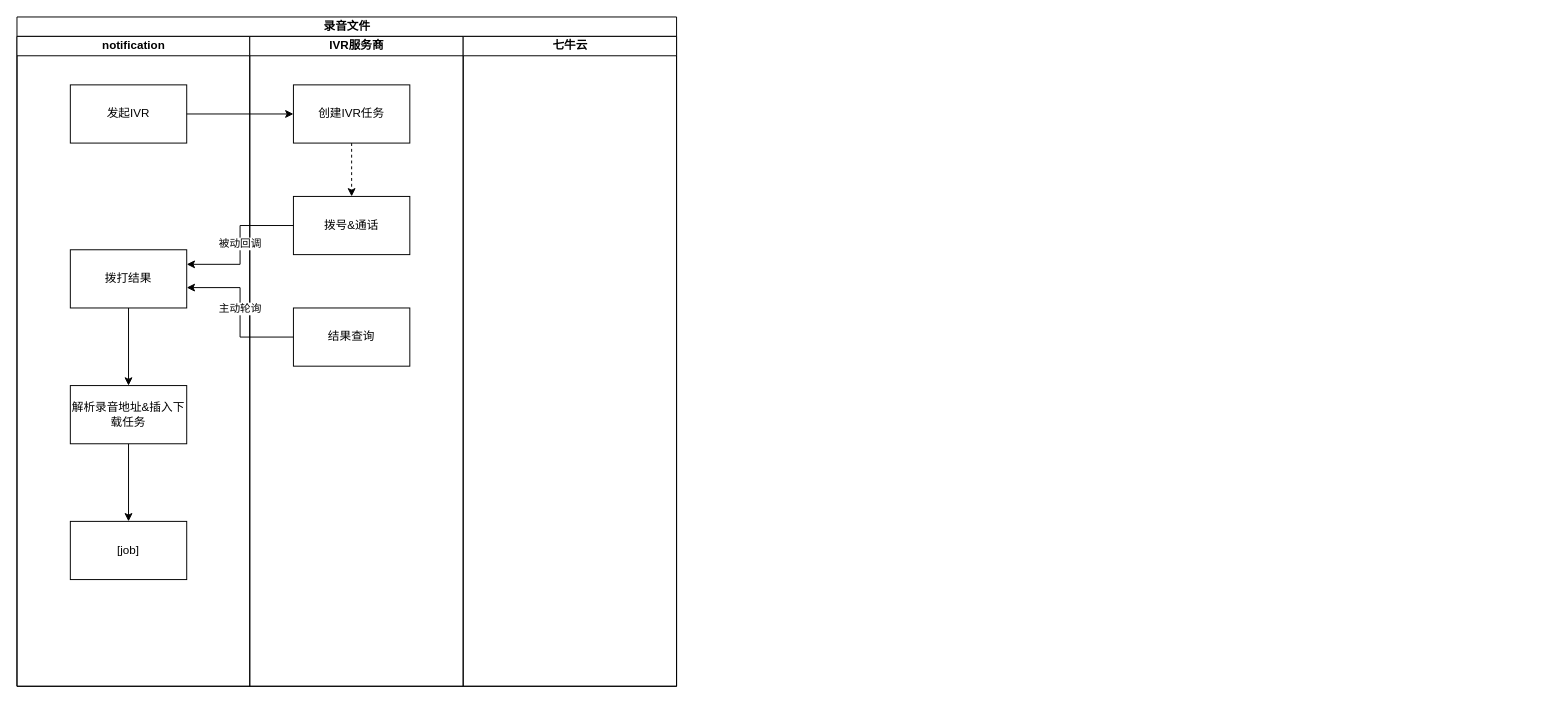
Earlier version of the draw.io diagram notif-录音文件下载.drawio (ABIN-DS/flowchart). Source tidied: cells renumbered, new cells numbered last; positions are measured from the earlier drawing's top-left corner, leaving out a move shared by most shapes. Both pictures are drawn from the tidied source at 97%, with x=0, y=0 at pixel (16, 16).
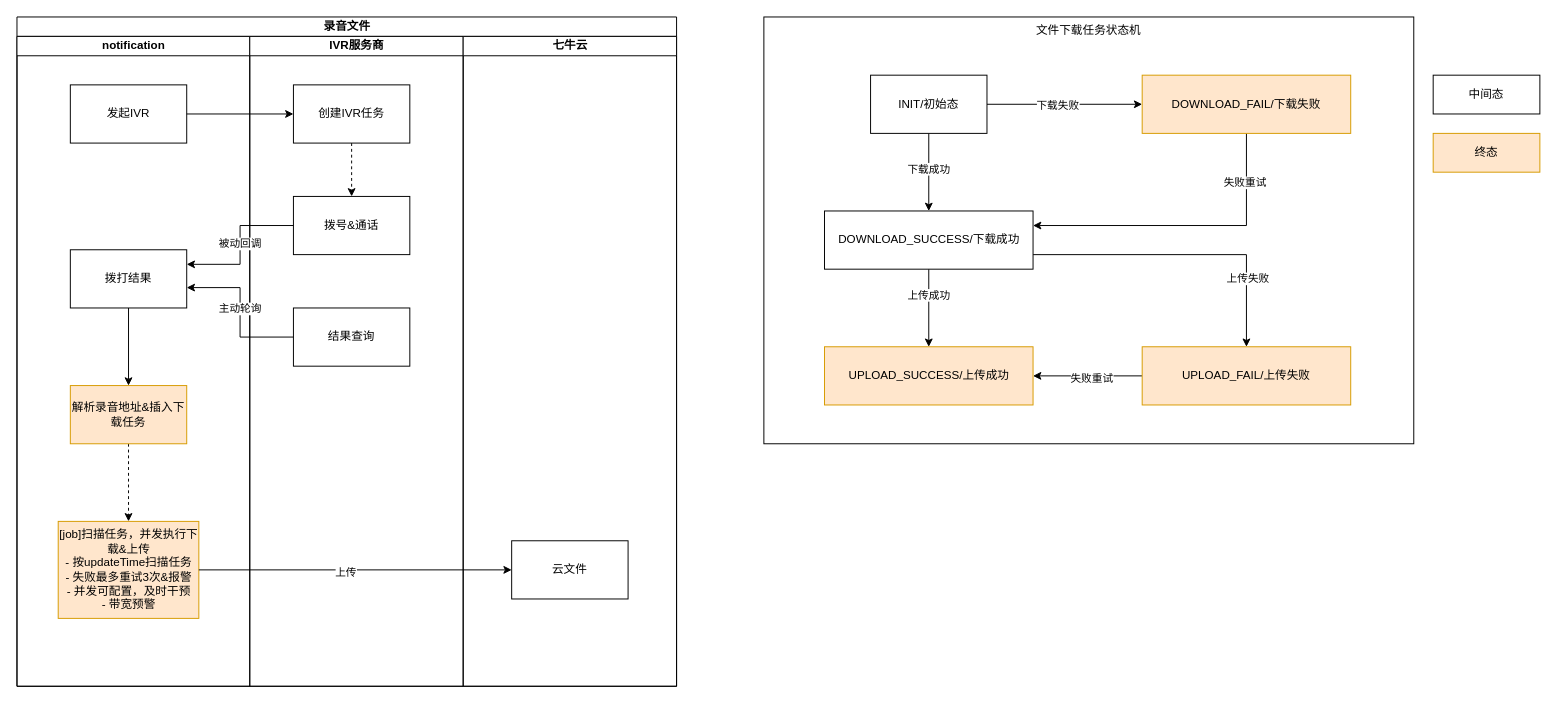
After the change.

Commit message:
更新notif-录音文件下载.drawio

Unchanged cells that the change refers to:
```xml
<mxCell id="2" value="录音文件" style="swimlane;startSize=20;html=1;" parent="1" vertex="1">
  <mxGeometry width="680" height="690" as="geometry" />
</mxCell>
<mxCell id="3" value="notification" style="swimlane;startSize=20;html=1;" parent="2" vertex="1">
  <mxGeometry y="20" width="240" height="670" as="geometry" />
</mxCell>
<mxCell id="15" value="七牛云" style="swimlane;startSize=20;html=1;" parent="2" vertex="1">
  <mxGeometry x="460" y="20" width="220" height="670" as="geometry" />
</mxCell>
```

Change to the diagram source:
```diff
@@
+    <mxCell id="21" value="文件下载任务状态机" style="rounded=0;whiteSpace=wrap;html=1;verticalAlign=top;" parent="1" vertex="1">
+      <mxGeometry x="770" width="670" height="440" as="geometry" />
+    </mxCell>
@@
-    <mxCell id="7" style="edgeStyle=orthogonalEdgeStyle;rounded=0;jettySize=auto;html=1;" parent="3" edge="1" source="8" target="9">
+    <mxCell id="7" style="edgeStyle=orthogonalEdgeStyle;rounded=0;jettySize=auto;html=1;dashed=1;" parent="3" edge="1" source="8" target="9">
       <mxGeometry relative="1" as="geometry" />
     </mxCell>
-    <mxCell id="8" value="解析录音地址&amp;amp;插入下载任务" style="rounded=0;whiteSpace=wrap;html=1;" parent="3" vertex="1">
+    <mxCell id="8" value="解析录音地址&amp;amp;插入下载任务" style="rounded=0;whiteSpace=wrap;html=1;fillColor=#ffe6cc;strokeColor=#d79b00;" parent="3" vertex="1">
       <mxGeometry x="55" y="360" width="120" height="60" as="geometry" />
     </mxCell>
-    <mxCell id="9" value="[job]" style="rounded=0;whiteSpace=wrap;html=1;" parent="3" vertex="1">
-      <mxGeometry x="55" y="500" width="120" height="60" as="geometry" />
+    <mxCell id="9" value="[job]扫描任务，并发执行下载&amp;amp;上传&lt;div&gt;- 按updateTime扫描任务&lt;/div&gt;&lt;div&gt;- 失败最多重试3次&amp;amp;报警&lt;/div&gt;&lt;div&gt;- 并发可配置，及时干预&lt;/div&gt;&lt;div&gt;- 带宽预警&lt;/div&gt;" style="rounded=0;whiteSpace=wrap;html=1;fillColor=#ffe6cc;strokeColor=#d79b00;" parent="3" vertex="1">
+      <mxGeometry x="42.5" y="500" width="145" height="100" as="geometry" />
     </mxCell>
@@
+    <mxCell id="22" value="云文件" style="rounded=0;whiteSpace=wrap;html=1;" parent="15" vertex="1">
+      <mxGeometry x="50" y="520" width="120" height="60" as="geometry" />
+    </mxCell>
@@
+    <mxCell id="23" style="edgeStyle=orthogonalEdgeStyle;rounded=0;jettySize=auto;html=1;entryX=0;entryY=0.5;entryDx=0;entryDy=0;" parent="2" edge="1" source="9" target="22">
+      <mxGeometry relative="1" as="geometry" />
+    </mxCell>
+    <mxCell id="24" value="上传" style="edgeLabel;html=1;align=center;verticalAlign=middle;" parent="23" vertex="1">
+      <mxGeometry x="-0.07" y="-2" relative="1" as="geometry">
+        <mxPoint x="1" as="offset" />
+      </mxGeometry>
+    </mxCell>
+    <mxCell id="25" style="edgeStyle=orthogonalEdgeStyle;rounded=0;jettySize=auto;html=1;" parent="1" edge="1" source="29" target="34">
+      <mxGeometry relative="1" as="geometry" />
+    </mxCell>
+    <mxCell id="26" value="下载成功" style="edgeLabel;html=1;align=center;verticalAlign=middle;" parent="25" vertex="1">
+      <mxGeometry x="-0.1" y="-1" relative="1" as="geometry" />
+    </mxCell>
+    <mxCell id="27" style="edgeStyle=orthogonalEdgeStyle;rounded=0;jettySize=auto;html=1;entryX=0;entryY=0.5;entryDx=0;entryDy=0;" parent="1" edge="1" source="29" target="38">
+      <mxGeometry relative="1" as="geometry" />
+    </mxCell>
+    <mxCell id="28" value="下载失败" style="edgeLabel;html=1;align=center;verticalAlign=middle;" parent="27" vertex="1">
+      <mxGeometry x="-0.1" relative="1" as="geometry" />
+    </mxCell>
+    <mxCell id="29" value="INIT/初始态" style="rounded=0;whiteSpace=wrap;html=1;" parent="1" vertex="1">
+      <mxGeometry x="880" y="60" width="120" height="60" as="geometry" />
+    </mxCell>
+    <mxCell id="30" style="edgeStyle=orthogonalEdgeStyle;rounded=0;jettySize=auto;html=1;" parent="1" edge="1" source="34" target="35">
+      <mxGeometry relative="1" as="geometry" />
+    </mxCell>
+    <mxCell id="31" value="上传成功" style="edgeLabel;html=1;align=center;verticalAlign=middle;" parent="30" vertex="1">
+      <mxGeometry x="-0.35" y="-1" relative="1" as="geometry" />
+    </mxCell>
+    <mxCell id="32" style="edgeStyle=orthogonalEdgeStyle;rounded=0;jettySize=auto;html=1;exitX=1;exitY=0.75;exitDx=0;exitDy=0;entryX=0.5;entryY=0;entryDx=0;entryDy=0;" parent="1" edge="1" source="34" target="41">
+      <mxGeometry relative="1" as="geometry" />
+    </mxCell>
+    <mxCell id="33" value="上传失败" style="edgeLabel;html=1;align=center;verticalAlign=middle;" parent="32" vertex="1">
+      <mxGeometry x="0.55" y="1" relative="1" as="geometry" />
+    </mxCell>
+    <mxCell id="34" value="DOWNLOAD_SUCCESS/下载成功" style="rounded=0;whiteSpace=wrap;html=1;" parent="1" vertex="1">
+      <mxGeometry x="832.5" y="200" width="215" height="60" as="geometry" />
+    </mxCell>
+    <mxCell id="35" value="UPLOAD_SUCCESS/上传成功" style="rounded=0;whiteSpace=wrap;html=1;fillColor=#ffe6cc;strokeColor=#d79b00;" parent="1" vertex="1">
+      <mxGeometry x="832.5" y="340" width="215" height="60" as="geometry" />
+    </mxCell>
+    <mxCell id="36" style="edgeStyle=orthogonalEdgeStyle;rounded=0;jettySize=auto;html=1;entryX=1;entryY=0.25;entryDx=0;entryDy=0;exitX=0.5;exitY=1;exitDx=0;exitDy=0;" parent="1" edge="1" source="38" target="34">
+      <mxGeometry relative="1" as="geometry" />
+    </mxCell>
+    <mxCell id="37" value="失败重试" style="edgeLabel;html=1;align=center;verticalAlign=middle;" parent="36" vertex="1">
+      <mxGeometry x="-0.68" y="-2" relative="1" as="geometry" />
+    </mxCell>
+    <mxCell id="38" value="DOWNLOAD_FAIL/下载失败" style="rounded=0;whiteSpace=wrap;html=1;fillColor=#ffe6cc;strokeColor=#d79b00;" parent="1" vertex="1">
+      <mxGeometry x="1160" y="60" width="215" height="60" as="geometry" />
+    </mxCell>
+    <mxCell id="39" style="edgeStyle=orthogonalEdgeStyle;rounded=0;jettySize=auto;html=1;entryX=1;entryY=0.5;entryDx=0;entryDy=0;" parent="1" edge="1" source="41" target="35">
+      <mxGeometry relative="1" as="geometry" />
+    </mxCell>
+    <mxCell id="40" value="失败重试" style="edgeLabel;html=1;align=center;verticalAlign=middle;" parent="39" vertex="1">
+      <mxGeometry x="-0.06" y="2" relative="1" as="geometry" />
+    </mxCell>
+    <mxCell id="41" value="UPLOAD_FAIL/上传失败" style="rounded=0;whiteSpace=wrap;html=1;fillColor=#ffe6cc;strokeColor=#d79b00;" parent="1" vertex="1">
+      <mxGeometry x="1160" y="340" width="215" height="60" as="geometry" />
+    </mxCell>
+    <mxCell id="42" value="中间态" style="rounded=0;whiteSpace=wrap;html=1;" parent="1" vertex="1">
+      <mxGeometry x="1460" y="60" width="110" height="40" as="geometry" />
+    </mxCell>
+    <mxCell id="43" value="终态" style="rounded=0;whiteSpace=wrap;html=1;fillColor=#ffe6cc;strokeColor=#d79b00;" parent="1" vertex="1">
+      <mxGeometry x="1460" y="120" width="110" height="40" as="geometry" />
+    </mxCell>
```
